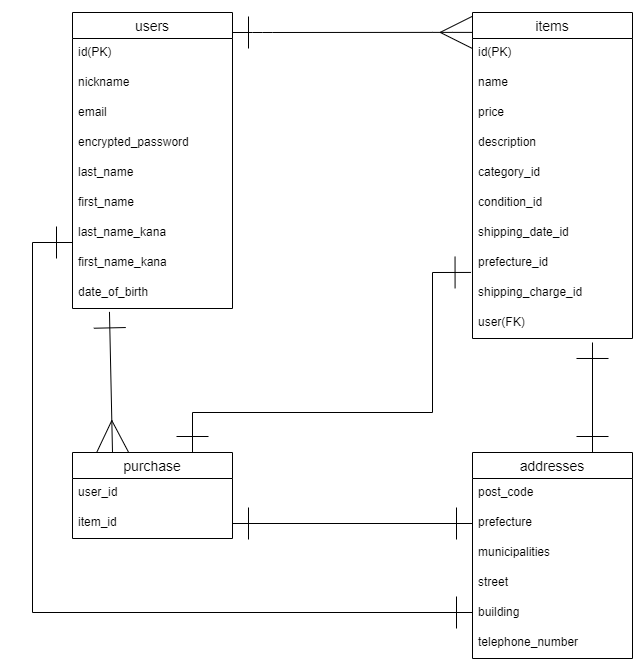
kenshi39847/furima-39847 keeps this draw.io diagram as ER.drawio.png. Above is the earlier version. Source tidied: cells renumbered, new cells last; positions are measured from the earlier drawing's top-left corner, leaving out a move shared by most shapes. Its diagram source:
```xml
<mxGraphModel>
  <root>
    <mxCell id="0" />
    <mxCell id="1" parent="0" />
    <mxCell id="2" value="users" style="swimlane;fontStyle=0;horizontal=1;startSize=26;align=center;fontSize=14;" parent="1" vertex="1">
      <mxGeometry x="40" width="160" height="296" as="geometry" />
    </mxCell>
    <mxCell id="3" value="id(PK)" style="text;strokeColor=none;fillColor=none;spacingLeft=4;spacingRight=4;overflow=hidden;fontSize=12;" parent="2" vertex="1">
      <mxGeometry y="26" width="160" height="30" as="geometry" />
    </mxCell>
    <mxCell id="4" value="nickname   " style="text;strokeColor=none;fillColor=none;spacingLeft=4;spacingRight=4;overflow=hidden;fontSize=12;" parent="2" vertex="1">
      <mxGeometry y="56" width="160" height="30" as="geometry" />
    </mxCell>
    <mxCell id="5" value="email" style="text;strokeColor=none;fillColor=none;spacingLeft=4;spacingRight=4;overflow=hidden;fontSize=12;" parent="2" vertex="1">
      <mxGeometry y="86" width="160" height="30" as="geometry" />
    </mxCell>
    <mxCell id="6" value="encrypted_password" style="text;strokeColor=none;fillColor=none;spacingLeft=4;spacingRight=4;overflow=hidden;fontSize=12;" parent="2" vertex="1">
      <mxGeometry y="116" width="160" height="30" as="geometry" />
    </mxCell>
    <mxCell id="7" value="last_name" style="text;strokeColor=none;fillColor=none;spacingLeft=4;spacingRight=4;overflow=hidden;fontSize=12;" parent="2" vertex="1">
      <mxGeometry y="146" width="160" height="30" as="geometry" />
    </mxCell>
    <mxCell id="8" value="first_name" style="text;strokeColor=none;fillColor=none;spacingLeft=4;spacingRight=4;overflow=hidden;fontSize=12;" parent="2" vertex="1">
      <mxGeometry y="176" width="160" height="30" as="geometry" />
    </mxCell>
    <mxCell id="9" value="last_name_kana" style="text;strokeColor=none;fillColor=none;spacingLeft=4;spacingRight=4;overflow=hidden;fontSize=12;" parent="2" vertex="1">
      <mxGeometry y="206" width="160" height="30" as="geometry" />
    </mxCell>
    <mxCell id="10" value="first_name_kana" style="text;strokeColor=none;fillColor=none;spacingLeft=4;spacingRight=4;overflow=hidden;fontSize=12;" parent="2" vertex="1">
      <mxGeometry y="236" width="160" height="30" as="geometry" />
    </mxCell>
    <mxCell id="11" value="date_of_birth" style="text;strokeColor=none;fillColor=none;spacingLeft=4;spacingRight=4;overflow=hidden;points=[[0,0.5],[1,0.5]];portConstraint=eastwest;fontSize=12;" parent="2" vertex="1">
      <mxGeometry y="266" width="160" height="30" as="geometry" />
    </mxCell>
    <mxCell id="12" value="items" style="swimlane;fontStyle=0;horizontal=1;startSize=26;align=center;fontSize=14;" parent="1" vertex="1">
      <mxGeometry x="440" width="160" height="326" as="geometry" />
    </mxCell>
    <mxCell id="13" value="id(PK)" style="text;strokeColor=none;fillColor=none;spacingLeft=4;spacingRight=4;overflow=hidden;fontSize=12;" parent="12" vertex="1">
      <mxGeometry y="26" width="160" height="30" as="geometry" />
    </mxCell>
    <mxCell id="14" value="name" style="text;strokeColor=none;fillColor=none;spacingLeft=4;spacingRight=4;overflow=hidden;fontSize=12;" parent="12" vertex="1">
      <mxGeometry y="56" width="160" height="30" as="geometry" />
    </mxCell>
    <mxCell id="15" value="price" style="text;strokeColor=none;fillColor=none;spacingLeft=4;spacingRight=4;overflow=hidden;fontSize=12;" parent="12" vertex="1">
      <mxGeometry y="86" width="160" height="30" as="geometry" />
    </mxCell>
    <mxCell id="16" value="description" style="text;strokeColor=none;fillColor=none;spacingLeft=4;spacingRight=4;overflow=hidden;fontSize=12;" parent="12" vertex="1">
      <mxGeometry y="116" width="160" height="30" as="geometry" />
    </mxCell>
    <mxCell id="17" value="category_id" style="text;strokeColor=none;fillColor=none;spacingLeft=4;spacingRight=4;overflow=hidden;fontSize=12;" parent="12" vertex="1">
      <mxGeometry y="146" width="160" height="30" as="geometry" />
    </mxCell>
    <mxCell id="18" value="condition_id" style="text;strokeColor=none;fillColor=none;spacingLeft=4;spacingRight=4;overflow=hidden;fontSize=12;" parent="12" vertex="1">
      <mxGeometry y="176" width="160" height="30" as="geometry" />
    </mxCell>
    <mxCell id="19" value="shipping_date_id" style="text;strokeColor=none;fillColor=none;spacingLeft=4;spacingRight=4;overflow=hidden;fontSize=12;" parent="12" vertex="1">
      <mxGeometry y="206" width="160" height="30" as="geometry" />
    </mxCell>
    <mxCell id="20" value="prefecture_id" style="text;strokeColor=none;fillColor=none;spacingLeft=4;spacingRight=4;overflow=hidden;fontSize=12;" parent="12" vertex="1">
      <mxGeometry y="236" width="160" height="30" as="geometry" />
    </mxCell>
    <mxCell id="21" value="shipping_charge_id" style="text;strokeColor=none;fillColor=none;spacingLeft=4;spacingRight=4;overflow=hidden;points=[[0,0.5],[1,0.5]];portConstraint=eastwest;fontSize=12;" parent="12" vertex="1">
      <mxGeometry y="266" width="160" height="30" as="geometry" />
    </mxCell>
    <mxCell id="22" value="user(FK)" style="text;strokeColor=none;fillColor=none;spacingLeft=4;spacingRight=4;overflow=hidden;points=[[0,0.5],[1,0.5]];portConstraint=eastwest;fontSize=12;" parent="12" vertex="1">
      <mxGeometry y="296" width="160" height="30" as="geometry" />
    </mxCell>
    <mxCell id="23" value="purchase" style="swimlane;fontStyle=0;horizontal=1;startSize=26;align=center;fontSize=14;" parent="1" vertex="1">
      <mxGeometry x="40" y="440" width="160" height="86" as="geometry" />
    </mxCell>
    <mxCell id="24" value="user_id" style="text;strokeColor=none;fillColor=none;spacingLeft=4;spacingRight=4;overflow=hidden;fontSize=12;" parent="23" vertex="1">
      <mxGeometry y="26" width="160" height="30" as="geometry" />
    </mxCell>
    <mxCell id="25" value="item_id" style="text;strokeColor=none;fillColor=none;spacingLeft=4;spacingRight=4;overflow=hidden;points=[[0,0.5],[1,0.5]];portConstraint=eastwest;fontSize=12;" parent="23" vertex="1">
      <mxGeometry y="56" width="160" height="30" as="geometry" />
    </mxCell>
    <mxCell id="26" value="addresses" style="swimlane;fontStyle=0;horizontal=1;startSize=26;align=center;fontSize=14;" parent="1" vertex="1">
      <mxGeometry x="440" y="440" width="160" height="206" as="geometry" />
    </mxCell>
    <mxCell id="27" value="post_code" style="text;strokeColor=none;fillColor=none;spacingLeft=4;spacingRight=4;overflow=hidden;fontSize=12;" parent="26" vertex="1">
      <mxGeometry y="26" width="160" height="30" as="geometry" />
    </mxCell>
    <mxCell id="28" value="prefecture" style="text;strokeColor=none;fillColor=none;spacingLeft=4;spacingRight=4;overflow=hidden;points=[[0,0.5],[1,0.5]];portConstraint=eastwest;fontSize=12;" parent="26" vertex="1">
      <mxGeometry y="56" width="160" height="30" as="geometry" />
    </mxCell>
    <mxCell id="29" value="municipalities" style="text;strokeColor=none;fillColor=none;spacingLeft=4;spacingRight=4;overflow=hidden;points=[[0,0.5],[1,0.5]];portConstraint=eastwest;fontSize=12;" parent="26" vertex="1">
      <mxGeometry y="86" width="160" height="30" as="geometry" />
    </mxCell>
    <mxCell id="30" value="street" style="text;strokeColor=none;fillColor=none;spacingLeft=4;spacingRight=4;overflow=hidden;fontSize=12;" parent="26" vertex="1">
      <mxGeometry y="116" width="160" height="30" as="geometry" />
    </mxCell>
    <mxCell id="31" value="building" style="text;strokeColor=none;fillColor=none;spacingLeft=4;spacingRight=4;overflow=hidden;fontSize=12;" parent="26" vertex="1">
      <mxGeometry y="146" width="160" height="30" as="geometry" />
    </mxCell>
    <mxCell id="32" value="telephone_number" style="text;strokeColor=none;fillColor=none;spacingLeft=4;spacingRight=4;overflow=hidden;fontSize=12;" parent="26" vertex="1">
      <mxGeometry y="176" width="160" height="30" as="geometry" />
    </mxCell>
    <mxCell id="33" style="endArrow=ERmany;html=1;rounded=0;targetPerimeterSpacing=0;exitX=0.231;exitY=1.113;exitDx=0;exitDy=0;exitPerimeter=0;endFill=0;startArrow=ERone;startFill=0;endSize=30;startSize=30;entryX=0.25;entryY=0;entryDx=0;entryDy=0;" parent="1" edge="1" source="11" target="23">
      <mxGeometry relative="1" as="geometry" />
    </mxCell>
    <mxCell id="34" style="edgeStyle=entityRelationEdgeStyle;fontSize=12;html=1;endArrow=ERmany;targetPerimeterSpacing=0;endSize=30;startArrow=ERone;startFill=0;startSize=30;entryX=-0.002;entryY=0.061;entryDx=0;entryDy=0;entryPerimeter=0;endFill=0;" parent="1" edge="1" target="12">
      <mxGeometry relative="1" as="geometry">
        <mxPoint x="200" y="20" as="sourcePoint" />
      </mxGeometry>
    </mxCell>
    <mxCell id="35" style="endArrow=ERone;html=1;rounded=0;startSize=30;endSize=30;targetPerimeterSpacing=0;entryX=0;entryY=0.5;entryDx=0;entryDy=0;endFill=0;startArrow=ERone;startFill=0;exitX=1;exitY=0.5;exitDx=0;exitDy=0;" parent="1" edge="1" source="25" target="28">
      <mxGeometry relative="1" as="geometry" />
    </mxCell>
    <mxCell id="36" style="endArrow=ERone;html=1;rounded=0;startSize=30;endSize=30;targetPerimeterSpacing=0;endFill=0;startArrow=ERone;startFill=0;exitX=0.75;exitY=1.133;exitDx=0;exitDy=0;exitPerimeter=0;entryX=0.75;entryY=0;entryDx=0;entryDy=0;" parent="1" edge="1" source="22" target="26">
      <mxGeometry relative="1" as="geometry" />
    </mxCell>
    <mxCell id="37" style="endArrow=ERone;html=1;rounded=0;startSize=30;endSize=30;targetPerimeterSpacing=0;endFill=0;startArrow=ERone;startFill=0;exitX=-0.009;exitY=-0.202;exitDx=0;exitDy=0;exitPerimeter=0;entryX=0.75;entryY=0;entryDx=0;entryDy=0;" parent="1" edge="1" source="21" target="23">
      <mxGeometry relative="1" as="geometry">
        <Array as="points">
          <mxPoint x="400" y="260" />
          <mxPoint x="400" y="400" />
          <mxPoint x="160" y="400" />
        </Array>
      </mxGeometry>
    </mxCell>
    <mxCell id="38" style="endArrow=ERone;html=1;rounded=0;startSize=30;endSize=30;targetPerimeterSpacing=0;endFill=0;startArrow=ERone;startFill=0;" parent="1" edge="1">
      <mxGeometry relative="1" as="geometry">
        <mxPoint x="40" y="230" as="sourcePoint" />
        <mxPoint x="440" y="600" as="targetPoint" />
        <Array as="points">
          <mxPoint y="230" />
          <mxPoint y="600" />
        </Array>
      </mxGeometry>
    </mxCell>
  </root>
</mxGraphModel>
```
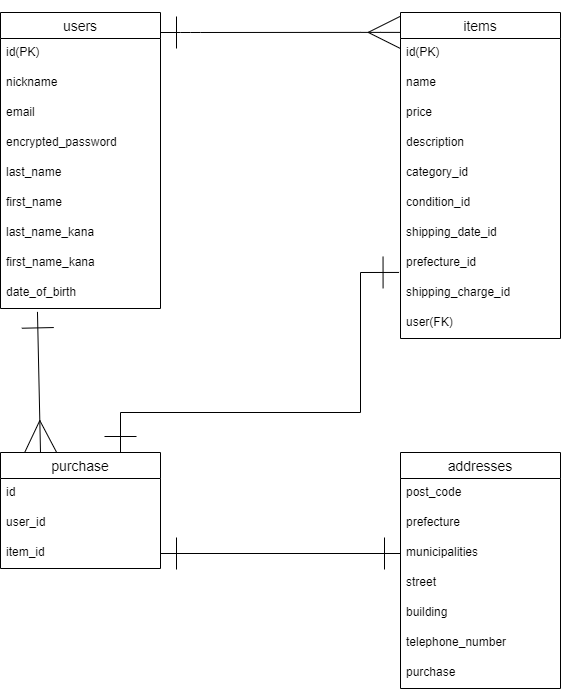
The same file after the commit.

What changed in the source:
```diff
@@ -66,16 +66,19 @@
       <mxGeometry y="296" width="160" height="30" as="geometry" />
     </mxCell>
     <mxCell id="23" value="purchase" style="swimlane;fontStyle=0;horizontal=1;startSize=26;align=center;fontSize=14;" parent="1" vertex="1">
-      <mxGeometry x="40" y="440" width="160" height="86" as="geometry" />
+      <mxGeometry x="40" y="440" width="160" height="116" as="geometry" />
     </mxCell>
+    <mxCell id="39" value="id" style="text;strokeColor=none;fillColor=none;spacingLeft=4;spacingRight=4;overflow=hidden;fontSize=12;" parent="23" vertex="1">
+      <mxGeometry y="26" width="160" height="30" as="geometry" />
+    </mxCell>
     <mxCell id="24" value="user_id" style="text;strokeColor=none;fillColor=none;spacingLeft=4;spacingRight=4;overflow=hidden;fontSize=12;" parent="23" vertex="1">
-      <mxGeometry y="26" width="160" height="30" as="geometry" />
+      <mxGeometry y="56" width="160" height="30" as="geometry" />
     </mxCell>
     <mxCell id="25" value="item_id" style="text;strokeColor=none;fillColor=none;spacingLeft=4;spacingRight=4;overflow=hidden;points=[[0,0.5],[1,0.5]];portConstraint=eastwest;fontSize=12;" parent="23" vertex="1">
-      <mxGeometry y="56" width="160" height="30" as="geometry" />
+      <mxGeometry y="86" width="160" height="30" as="geometry" />
     </mxCell>
     <mxCell id="26" value="addresses" style="swimlane;fontStyle=0;horizontal=1;startSize=26;align=center;fontSize=14;" parent="1" vertex="1">
-      <mxGeometry x="440" y="440" width="160" height="206" as="geometry" />
+      <mxGeometry x="440" y="440" width="160" height="236" as="geometry" />
     </mxCell>
     <mxCell id="27" value="post_code" style="text;strokeColor=none;fillColor=none;spacingLeft=4;spacingRight=4;overflow=hidden;fontSize=12;" parent="26" vertex="1">
       <mxGeometry y="26" width="160" height="30" as="geometry" />
@@ -95,6 +98,9 @@
     <mxCell id="32" value="telephone_number" style="text;strokeColor=none;fillColor=none;spacingLeft=4;spacingRight=4;overflow=hidden;fontSize=12;" parent="26" vertex="1">
       <mxGeometry y="176" width="160" height="30" as="geometry" />
     </mxCell>
+    <mxCell id="40" value="purchase" style="text;strokeColor=none;fillColor=none;spacingLeft=4;spacingRight=4;overflow=hidden;fontSize=12;" parent="26" vertex="1">
+      <mxGeometry y="206" width="160" height="30" as="geometry" />
+    </mxCell>
     <mxCell id="33" style="endArrow=ERmany;html=1;rounded=0;targetPerimeterSpacing=0;exitX=0.231;exitY=1.113;exitDx=0;exitDy=0;exitPerimeter=0;endFill=0;startArrow=ERone;startFill=0;endSize=30;startSize=30;entryX=0.25;entryY=0;entryDx=0;entryDy=0;" parent="1" edge="1" source="11" target="23">
       <mxGeometry relative="1" as="geometry" />
     </mxCell>
@@ -103,12 +109,9 @@
         <mxPoint x="200" y="20" as="sourcePoint" />
       </mxGeometry>
     </mxCell>
-    <mxCell id="35" style="endArrow=ERone;html=1;rounded=0;startSize=30;endSize=30;targetPerimeterSpacing=0;entryX=0;entryY=0.5;entryDx=0;entryDy=0;endFill=0;startArrow=ERone;startFill=0;exitX=1;exitY=0.5;exitDx=0;exitDy=0;" parent="1" edge="1" source="25" target="28">
+    <mxCell id="35" style="endArrow=ERone;html=1;rounded=0;startSize=30;endSize=30;targetPerimeterSpacing=0;entryX=0;entryY=0.5;entryDx=0;entryDy=0;endFill=0;startArrow=ERone;startFill=0;exitX=1;exitY=0.5;exitDx=0;exitDy=0;" parent="1" edge="1" source="25" target="29">
       <mxGeometry relative="1" as="geometry" />
     </mxCell>
-    <mxCell id="36" style="endArrow=ERone;html=1;rounded=0;startSize=30;endSize=30;targetPerimeterSpacing=0;endFill=0;startArrow=ERone;startFill=0;exitX=0.75;exitY=1.133;exitDx=0;exitDy=0;exitPerimeter=0;entryX=0.75;entryY=0;entryDx=0;entryDy=0;" parent="1" edge="1" source="22" target="26">
-      <mxGeometry relative="1" as="geometry" />
-    </mxCell>
     <mxCell id="37" style="endArrow=ERone;html=1;rounded=0;startSize=30;endSize=30;targetPerimeterSpacing=0;endFill=0;startArrow=ERone;startFill=0;exitX=-0.009;exitY=-0.202;exitDx=0;exitDy=0;exitPerimeter=0;entryX=0.75;entryY=0;entryDx=0;entryDy=0;" parent="1" edge="1" source="21" target="23">
       <mxGeometry relative="1" as="geometry">
         <Array as="points">
@@ -118,15 +121,5 @@
         </Array>
       </mxGeometry>
     </mxCell>
-    <mxCell id="38" style="endArrow=ERone;html=1;rounded=0;startSize=30;endSize=30;targetPerimeterSpacing=0;endFill=0;startArrow=ERone;startFill=0;" parent="1" edge="1">
-      <mxGeometry relative="1" as="geometry">
-        <mxPoint x="40" y="230" as="sourcePoint" />
-        <mxPoint x="440" y="600" as="targetPoint" />
-        <Array as="points">
-          <mxPoint y="230" />
-          <mxPoint y="600" />
-        </Array>
-      </mxGeometry>
-    </mxCell>
   </root>
 </mxGraphModel>
```
